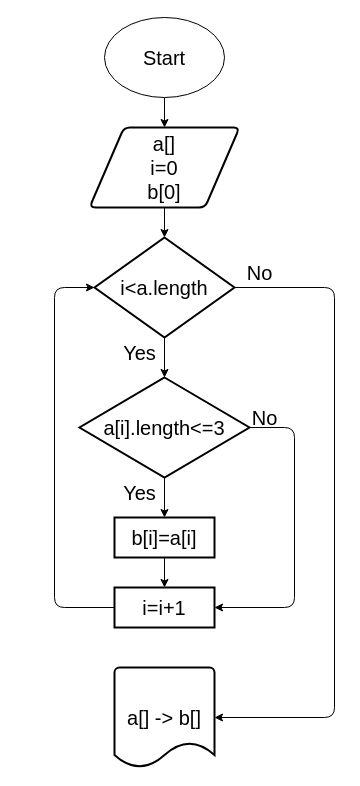
Before: algorithm.drawio in FedorPRG/VerificationWork, a draw.io diagram. Source tidied: cells renumbered, new cells numbered last; positions are measured from the earlier drawing's top-left corner, leaving out a move shared by most shapes. Both pictures are drawn from the tidied source at 100%, with x=0, y=0 at pixel (54, 17).
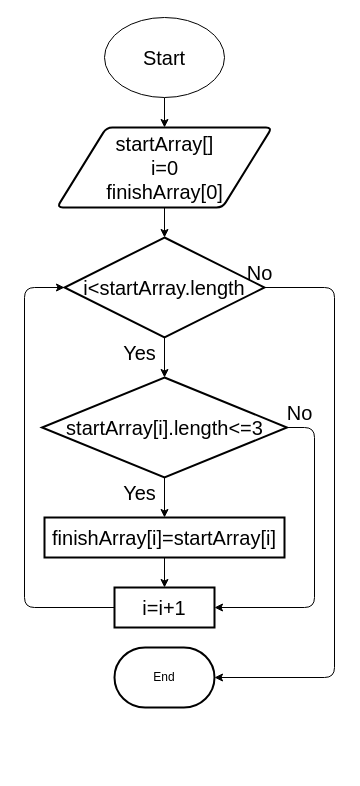
Above is the later version.

The change refers to these unchanged cells:
```xml
<mxCell id="17" value="i=i+1" style="rounded=1;whiteSpace=wrap;html=1;absoluteArcSize=1;arcSize=0;strokeWidth=2;fontSize=20;" parent="1" vertex="1">
  <mxGeometry x="60" y="570" width="100" height="40" as="geometry" />
</mxCell>
```

What changed in the source:
```diff
@@
-    <mxCell id="5" value="a[]&lt;br&gt;i=0&lt;br&gt;b[0]" style="shape=parallelogram;html=1;strokeWidth=2;perimeter=parallelogramPerimeter;whiteSpace=wrap;rounded=1;arcSize=12;size=0.23;fontSize=20;" parent="1" vertex="1">
-      <mxGeometry x="35" y="110" width="150" height="80" as="geometry" />
+    <mxCell id="5" value="startArray[]&lt;br&gt;i=0&lt;br&gt;finishArray[0]" style="shape=parallelogram;html=1;strokeWidth=2;perimeter=parallelogramPerimeter;whiteSpace=wrap;rounded=1;arcSize=12;size=0.23;fontSize=20;" parent="1" vertex="1">
+      <mxGeometry x="2.5" y="110" width="215" height="80" as="geometry" />
     </mxCell>
@@
-    <mxCell id="7" style="edgeStyle=none;html=1;entryX=1;entryY=0.5;entryDx=0;entryDy=0;entryPerimeter=0;fontSize=20;" parent="1" edge="1" source="8" target="19">
+    <mxCell id="7" style="edgeStyle=none;html=1;entryX=1;entryY=0.5;entryDx=0;entryDy=0;entryPerimeter=0;fontSize=20;" parent="1" edge="1" source="8" target="21">
       <mxGeometry relative="1" as="geometry">
         <Array as="points">
           <mxPoint x="280" y="270" />
-          <mxPoint x="280" y="700" />
+          <mxPoint x="280" y="660" />
         </Array>
       </mxGeometry>
     </mxCell>
-    <mxCell id="8" value="i&amp;lt;a.length" style="strokeWidth=2;html=1;shape=mxgraph.flowchart.decision;whiteSpace=wrap;fontSize=20;" parent="1" vertex="1">
-      <mxGeometry x="40" y="220" width="140" height="100" as="geometry" />
+    <mxCell id="8" value="i&amp;lt;startArray.length" style="strokeWidth=2;html=1;shape=mxgraph.flowchart.decision;whiteSpace=wrap;fontSize=20;" parent="1" vertex="1">
+      <mxGeometry x="10" y="220" width="200" height="100" as="geometry" />
     </mxCell>
@@
     <mxCell id="10" style="edgeStyle=none;html=1;entryX=1;entryY=0.5;entryDx=0;entryDy=0;fontSize=20;" parent="1" edge="1" source="11" target="17">
       <mxGeometry relative="1" as="geometry">
         <Array as="points">
-          <mxPoint x="240" y="410" />
-          <mxPoint x="240" y="590" />
+          <mxPoint x="260" y="410" />
+          <mxPoint x="260" y="590" />
         </Array>
       </mxGeometry>
     </mxCell>
-    <mxCell id="11" value="a[i].length&amp;lt;=3" style="strokeWidth=2;html=1;shape=mxgraph.flowchart.decision;whiteSpace=wrap;fontSize=20;" parent="1" vertex="1">
-      <mxGeometry x="25" y="360" width="170" height="100" as="geometry" />
+    <mxCell id="11" value="startArray[i].length&amp;lt;=3" style="strokeWidth=2;html=1;shape=mxgraph.flowchart.decision;whiteSpace=wrap;fontSize=20;" parent="1" vertex="1">
+      <mxGeometry x="-12.5" y="360" width="245" height="100" as="geometry" />
     </mxCell>
@@
-    <mxCell id="13" value="b[i]=a[i]" style="rounded=1;whiteSpace=wrap;html=1;absoluteArcSize=1;arcSize=0;strokeWidth=2;fontSize=20;" parent="1" vertex="1">
-      <mxGeometry x="60" y="500" width="100" height="40" as="geometry" />
+    <mxCell id="13" value="finishArray[i]=startArray[i]" style="rounded=1;whiteSpace=wrap;html=1;absoluteArcSize=1;arcSize=0;strokeWidth=2;fontSize=20;" parent="1" vertex="1">
+      <mxGeometry x="-10" y="500" width="240" height="40" as="geometry" />
     </mxCell>
@@
     <mxCell id="16" style="edgeStyle=none;html=1;entryX=0;entryY=0.5;entryDx=0;entryDy=0;entryPerimeter=0;fontSize=20;" parent="1" edge="1" source="17" target="8">
       <mxGeometry relative="1" as="geometry">
         <Array as="points">
-          <mxPoint y="590" />
-          <mxPoint y="270" />
+          <mxPoint x="-30" y="590" />
+          <mxPoint x="-30" y="270" />
         </Array>
       </mxGeometry>
     </mxCell>
@@
     <mxCell id="18" value="No" style="text;html=1;align=center;verticalAlign=middle;strokeColor=none;fillColor=none;fontSize=20;" parent="1" vertex="1">
-      <mxGeometry x="190" y="385" width="40" height="30" as="geometry" />
+      <mxGeometry x="225" y="380" width="40" height="30" as="geometry" />
     </mxCell>
-    <mxCell id="19" value="a[] -&amp;gt; b[]" style="strokeWidth=2;html=1;shape=mxgraph.flowchart.document2;whiteSpace=wrap;size=0.25;fontSize=20;" parent="1" vertex="1">
-      <mxGeometry x="60" y="650" width="100" height="100" as="geometry" />
-    </mxCell>
@@
+    <mxCell id="21" value="End" style="strokeWidth=2;html=1;shape=mxgraph.flowchart.terminator;whiteSpace=wrap;" parent="1" vertex="1">
+      <mxGeometry x="60" y="630" width="100" height="60" as="geometry" />
+    </mxCell>
```
